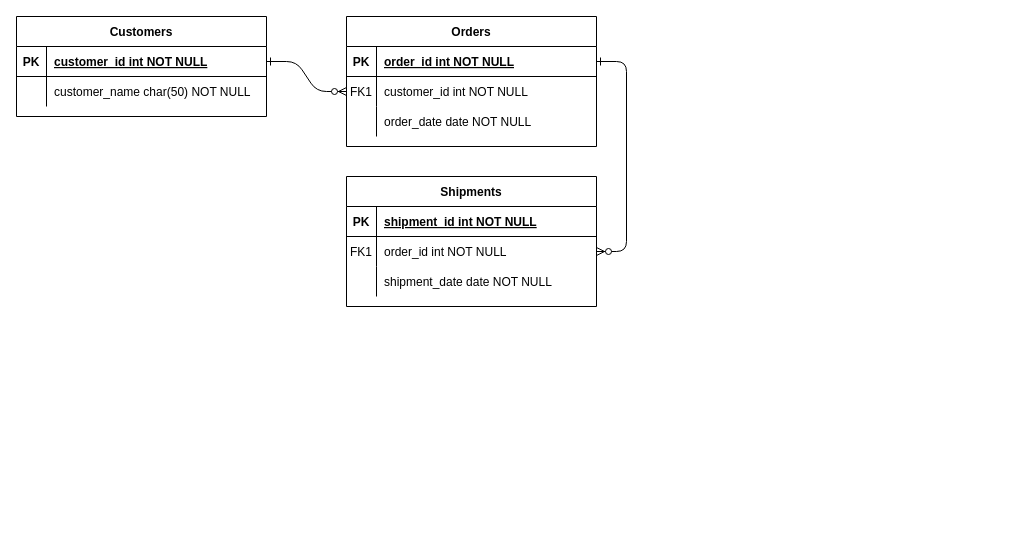
This is Untitled Diagram.drawio from AmiShot/Blooming-joy, a draw.io file, before an edit. Source tidied: cells renumbered, new cells numbered last; positions are measured from the earlier drawing's top-left corner, leaving out a move shared by most shapes. Both pictures are drawn from the tidied source at 100%, with x=0, y=0 at pixel (16, 16).
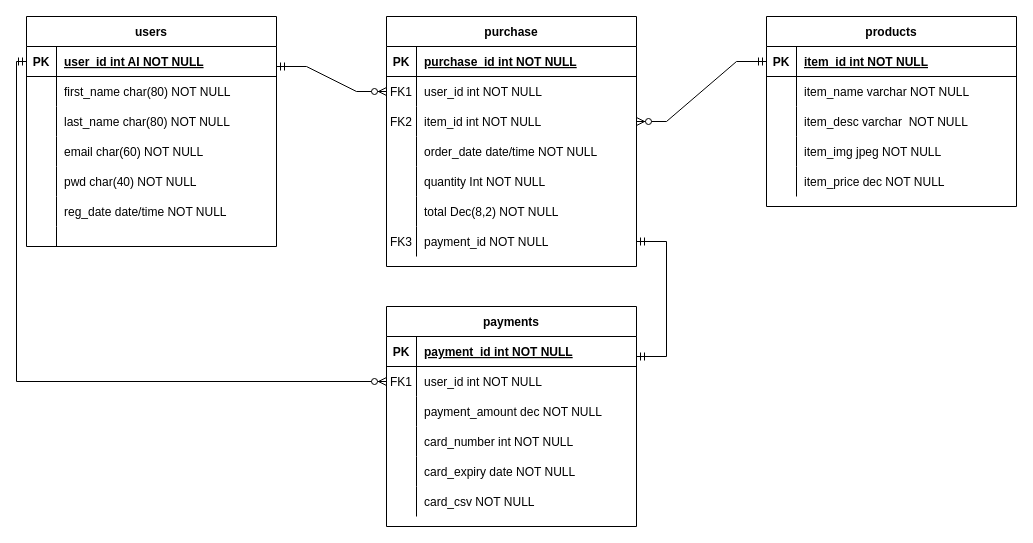
The same diagram, later.

The change refers to these unchanged cells:
```xml
<mxCell id="5" style="shape=partialRectangle;fillColor=none;points=[[0,0.5],[1,0.5]];portConstraint=eastwest;top=0;left=0;right=0;bottom=1;" parent="4" vertex="1">
  <mxGeometry y="30" width="250" height="30" as="geometry" />
</mxCell>
<mxCell id="8" style="shape=partialRectangle;fillColor=none;points=[[0,0.5],[1,0.5]];portConstraint=eastwest;top=0;left=0;right=0;bottom=0;" parent="4" vertex="1">
  <mxGeometry y="60" width="250" height="30" as="geometry" />
</mxCell>
<mxCell id="15" style="shape=partialRectangle;fillColor=none;top=0;left=0;right=0;bottom=1;" parent="14" vertex="1">
  <mxGeometry y="30" width="250" height="30" as="geometry" />
</mxCell>
<mxCell id="18" style="shape=partialRectangle;fillColor=none;points=[[0,0.5],[1,0.5]];portConstraint=eastwest;top=0;left=0;right=0;bottom=0;" parent="14" vertex="1">
  <mxGeometry y="60" width="250" height="30" as="geometry" />
</mxCell>
<mxCell id="21" style="shape=partialRectangle;fillColor=none;top=0;left=0;right=0;bottom=0;" parent="14" vertex="1">
  <mxGeometry y="90" width="250" height="30" as="geometry" />
</mxCell>
<mxCell id="25" style="shape=partialRectangle;fillColor=none;points=[[0,0.5],[1,0.5]];portConstraint=eastwest;top=0;left=0;right=0;bottom=1;" parent="24" vertex="1">
  <mxGeometry y="30" width="250" height="30" as="geometry" />
</mxCell>
<mxCell id="28" style="shape=partialRectangle;fillColor=none;top=0;left=0;right=0;bottom=0;" parent="24" vertex="1">
  <mxGeometry y="60" width="250" height="30" as="geometry" />
</mxCell>
```

Diff of the diagram source:
```diff
@@
-    <mxCell id="2" style="edgeStyle=entityRelationEdgeStyle;endArrow=ERzeroToMany;startArrow=ERone;endFill=1;startFill=0;" parent="1" edge="1" source="25" target="8">
-      <mxGeometry relative="1" as="geometry" />
-    </mxCell>
-    <mxCell id="3" style="edgeStyle=entityRelationEdgeStyle;endArrow=ERzeroToMany;startArrow=ERone;endFill=1;startFill=0;" parent="1" edge="1" source="5" target="18">
-      <mxGeometry relative="1" as="geometry" />
-    </mxCell>
-    <mxCell id="4" value="Orders" style="shape=table;startSize=30;childLayout=tableLayout;rowLines=0;fontStyle=1;align=center;" parent="1" vertex="1">
-      <mxGeometry x="330" width="250" height="130" as="geometry" />
+    <mxCell id="4" value="purchase" style="shape=table;startSize=30;childLayout=tableLayout;rowLines=0;fontStyle=1;align=center;" parent="1" vertex="1">
+      <mxGeometry x="370" width="250" height="250" as="geometry" />
     </mxCell>
@@
-    <mxCell id="7" value="order_id int NOT NULL " style="shape=partialRectangle;overflow=hidden;fillColor=none;top=0;left=0;bottom=0;right=0;align=left;spacingLeft=6;fontStyle=5;" parent="5" vertex="1">
+    <mxCell id="7" value="purchase_id int NOT NULL " style="shape=partialRectangle;overflow=hidden;fillColor=none;top=0;left=0;bottom=0;right=0;align=left;spacingLeft=6;fontStyle=5;" parent="5" vertex="1">
       <mxGeometry x="30" width="220" height="30" as="geometry" />
     </mxCell>
@@
-    <mxCell id="10" value="customer_id int NOT NULL" style="shape=partialRectangle;overflow=hidden;fillColor=none;top=0;left=0;bottom=0;right=0;align=left;spacingLeft=6;" parent="8" vertex="1">
+    <mxCell id="10" value="user_id int NOT NULL" style="shape=partialRectangle;overflow=hidden;fillColor=none;top=0;left=0;bottom=0;right=0;align=left;spacingLeft=6;" parent="8" vertex="1">
       <mxGeometry x="30" width="220" height="30" as="geometry" />
     </mxCell>
+    <mxCell id="31" style="shape=partialRectangle;fillColor=none;points=[[0,0.5],[1,0.5]];portConstraint=eastwest;top=0;left=0;right=0;bottom=0;" parent="4" vertex="1">
+      <mxGeometry y="90" width="250" height="30" as="geometry" />
+    </mxCell>
+    <mxCell id="32" value="FK2" style="shape=partialRectangle;overflow=hidden;fillColor=none;top=0;left=0;bottom=0;right=0;" parent="31" vertex="1">
+      <mxGeometry width="30" height="30" as="geometry" />
+    </mxCell>
+    <mxCell id="33" value="item_id int NOT NULL" style="shape=partialRectangle;overflow=hidden;fillColor=none;top=0;left=0;bottom=0;right=0;align=left;spacingLeft=6;" parent="31" vertex="1">
+      <mxGeometry x="30" width="220" height="30" as="geometry" />
+    </mxCell>
+    <mxCell id="34" style="shape=partialRectangle;fillColor=none;top=0;left=0;right=0;bottom=0;" parent="4" vertex="1">
+      <mxGeometry y="120" width="250" height="30" as="geometry" />
+    </mxCell>
+    <mxCell id="35" style="shape=partialRectangle;overflow=hidden;fillColor=none;top=0;left=0;bottom=0;right=0;" parent="34" vertex="1">
+      <mxGeometry width="30" height="30" as="geometry" />
+    </mxCell>
+    <mxCell id="36" value="order_date date/time NOT NULL" style="shape=partialRectangle;overflow=hidden;fillColor=none;top=0;left=0;bottom=0;right=0;align=left;spacingLeft=6;" parent="34" vertex="1">
+      <mxGeometry x="30" width="220" height="30" as="geometry" />
+    </mxCell>
+    <mxCell id="37" style="shape=partialRectangle;fillColor=none;top=0;left=0;right=0;bottom=0;" parent="4" vertex="1">
+      <mxGeometry y="150" width="250" height="30" as="geometry" />
+    </mxCell>
+    <mxCell id="38" style="shape=partialRectangle;overflow=hidden;fillColor=none;top=0;left=0;bottom=0;right=0;" parent="37" vertex="1">
+      <mxGeometry width="30" height="30" as="geometry" />
+    </mxCell>
+    <mxCell id="39" value="quantity Int NOT NULL" style="shape=partialRectangle;overflow=hidden;fillColor=none;top=0;left=0;bottom=0;right=0;align=left;spacingLeft=6;" parent="37" vertex="1">
+      <mxGeometry x="30" width="220" height="30" as="geometry" />
+    </mxCell>
+    <mxCell id="40" style="shape=partialRectangle;fillColor=none;top=0;left=0;right=0;bottom=0;" parent="4" vertex="1">
+      <mxGeometry y="180" width="250" height="30" as="geometry" />
+    </mxCell>
+    <mxCell id="41" style="shape=partialRectangle;overflow=hidden;fillColor=none;top=0;left=0;bottom=0;right=0;" parent="40" vertex="1">
+      <mxGeometry width="30" height="30" as="geometry" />
+    </mxCell>
+    <mxCell id="42" value="total Dec(8,2) NOT NULL" style="shape=partialRectangle;overflow=hidden;fillColor=none;top=0;left=0;bottom=0;right=0;align=left;spacingLeft=6;" parent="40" vertex="1">
+      <mxGeometry x="30" width="220" height="30" as="geometry" />
+    </mxCell>
     <mxCell id="11" style="shape=partialRectangle;fillColor=none;points=[[0,0.5],[1,0.5]];portConstraint=eastwest;top=0;left=0;right=0;bottom=0;" parent="4" vertex="1">
-      <mxGeometry y="90" width="250" height="30" as="geometry" />
+      <mxGeometry y="210" width="250" height="30" as="geometry" />
     </mxCell>
-    <mxCell id="12" style="shape=partialRectangle;overflow=hidden;fillColor=none;top=0;left=0;bottom=0;right=0;" parent="11" vertex="1">
+    <mxCell id="12" value="FK3" style="shape=partialRectangle;overflow=hidden;fillColor=none;top=0;left=0;bottom=0;right=0;" parent="11" vertex="1">
       <mxGeometry width="30" height="30" as="geometry" />
     </mxCell>
-    <mxCell id="13" value="order_date date NOT NULL" style="shape=partialRectangle;overflow=hidden;fillColor=none;top=0;left=0;bottom=0;right=0;align=left;spacingLeft=6;" parent="11" vertex="1">
+    <mxCell id="13" value="payment_id NOT NULL" style="shape=partialRectangle;overflow=hidden;fillColor=none;top=0;left=0;bottom=0;right=0;align=left;spacingLeft=6;" parent="11" vertex="1">
       <mxGeometry x="30" width="220" height="30" as="geometry" />
     </mxCell>
-    <mxCell id="14" value="Shipments" style="shape=table;startSize=30;childLayout=tableLayout;rowLines=0;fontStyle=1;align=center;" parent="1" vertex="1">
-      <mxGeometry x="330" y="160" width="250" height="130" as="geometry" />
+    <mxCell id="14" value="payments" style="shape=table;startSize=30;childLayout=tableLayout;rowLines=0;fontStyle=1;align=center;" parent="1" vertex="1">
+      <mxGeometry x="370" y="290" width="250" height="220" as="geometry" />
     </mxCell>
@@
-    <mxCell id="17" value="shipment_id int NOT NULL " style="shape=partialRectangle;overflow=hidden;fillColor=none;top=0;left=0;bottom=0;right=0;align=left;spacingLeft=6;fontStyle=5;" parent="15" vertex="1">
+    <mxCell id="17" value="payment_id int NOT NULL " style="shape=partialRectangle;overflow=hidden;fillColor=none;top=0;left=0;bottom=0;right=0;align=left;spacingLeft=6;fontStyle=5;" parent="15" vertex="1">
       <mxGeometry x="30" width="220" height="30" as="geometry" />
     </mxCell>
@@
-    <mxCell id="20" value="order_id int NOT NULL" style="shape=partialRectangle;overflow=hidden;fillColor=none;top=0;left=0;bottom=0;right=0;align=left;spacingLeft=6;" parent="18" vertex="1">
+    <mxCell id="20" value="user_id int NOT NULL" style="shape=partialRectangle;overflow=hidden;fillColor=none;top=0;left=0;bottom=0;right=0;align=left;spacingLeft=6;" parent="18" vertex="1">
       <mxGeometry x="30" width="220" height="30" as="geometry" />
     </mxCell>
@@
-    <mxCell id="23" value="shipment_date date NOT NULL" style="shape=partialRectangle;overflow=hidden;fillColor=none;top=0;left=0;bottom=0;right=0;align=left;spacingLeft=6;" parent="21" vertex="1">
+    <mxCell id="23" value="payment_amount dec NOT NULL" style="shape=partialRectangle;overflow=hidden;fillColor=none;top=0;left=0;bottom=0;right=0;align=left;spacingLeft=6;" parent="21" vertex="1">
       <mxGeometry x="30" width="220" height="30" as="geometry" />
     </mxCell>
+    <mxCell id="43" style="shape=partialRectangle;fillColor=none;top=0;left=0;right=0;bottom=0;" parent="14" vertex="1">
+      <mxGeometry y="120" width="250" height="30" as="geometry" />
+    </mxCell>
+    <mxCell id="44" style="shape=partialRectangle;overflow=hidden;fillColor=none;top=0;left=0;bottom=0;right=0;" parent="43" vertex="1">
+      <mxGeometry width="30" height="30" as="geometry" />
+    </mxCell>
+    <mxCell id="45" value="card_number int NOT NULL" style="shape=partialRectangle;overflow=hidden;fillColor=none;top=0;left=0;bottom=0;right=0;align=left;spacingLeft=6;" parent="43" vertex="1">
+      <mxGeometry x="30" width="220" height="30" as="geometry" />
+    </mxCell>
+    <mxCell id="46" style="shape=partialRectangle;fillColor=none;top=0;left=0;right=0;bottom=0;" parent="14" vertex="1">
+      <mxGeometry y="150" width="250" height="30" as="geometry" />
+    </mxCell>
+    <mxCell id="47" style="shape=partialRectangle;overflow=hidden;fillColor=none;top=0;left=0;bottom=0;right=0;" parent="46" vertex="1">
+      <mxGeometry width="30" height="30" as="geometry" />
+    </mxCell>
+    <mxCell id="48" value="card_expiry date NOT NULL" style="shape=partialRectangle;overflow=hidden;fillColor=none;top=0;left=0;bottom=0;right=0;align=left;spacingLeft=6;" parent="46" vertex="1">
+      <mxGeometry x="30" width="220" height="30" as="geometry" />
+    </mxCell>
+    <mxCell id="49" style="shape=partialRectangle;fillColor=none;top=0;left=0;right=0;bottom=0;" parent="14" vertex="1">
+      <mxGeometry y="180" width="250" height="30" as="geometry" />
+    </mxCell>
+    <mxCell id="50" style="shape=partialRectangle;overflow=hidden;fillColor=none;top=0;left=0;bottom=0;right=0;" parent="49" vertex="1">
+      <mxGeometry width="30" height="30" as="geometry" />
+    </mxCell>
+    <mxCell id="51" value="card_csv NOT NULL" style="shape=partialRectangle;overflow=hidden;fillColor=none;top=0;left=0;bottom=0;right=0;align=left;spacingLeft=6;" parent="49" vertex="1">
+      <mxGeometry x="30" width="220" height="30" as="geometry" />
+    </mxCell>
-    <mxCell id="24" value="Customers" style="shape=table;startSize=30;childLayout=tableLayout;rowLines=0;fontStyle=1;align=center;" parent="1" vertex="1">
-      <mxGeometry width="250" height="100" as="geometry" />
+    <mxCell id="24" value="users" style="shape=table;startSize=30;childLayout=tableLayout;rowLines=0;fontStyle=1;align=center;" parent="1" vertex="1">
+      <mxGeometry x="10" width="250" height="230" as="geometry" />
     </mxCell>
@@
-    <mxCell id="27" value="customer_id int NOT NULL " style="shape=partialRectangle;overflow=hidden;fillColor=none;top=0;left=0;bottom=0;right=0;align=left;spacingLeft=6;fontStyle=5;" parent="25" vertex="1">
+    <mxCell id="27" value="user_id int AI NOT NULL " style="shape=partialRectangle;overflow=hidden;fillColor=none;top=0;left=0;bottom=0;right=0;align=left;spacingLeft=6;fontStyle=5;" parent="25" vertex="1">
       <mxGeometry x="30" width="220" height="30" as="geometry" />
     </mxCell>
@@
-    <mxCell id="30" value="customer_name char(50) NOT NULL" style="shape=partialRectangle;overflow=hidden;fillColor=none;top=0;left=0;bottom=0;right=0;align=left;spacingLeft=6;" parent="28" vertex="1">
+    <mxCell id="30" value="first_name char(80) NOT NULL" style="shape=partialRectangle;overflow=hidden;fillColor=none;top=0;left=0;bottom=0;right=0;align=left;spacingLeft=6;" parent="28" vertex="1">
       <mxGeometry x="30" width="220" height="30" as="geometry" />
     </mxCell>
+    <mxCell id="52" style="shape=partialRectangle;fillColor=none;top=0;left=0;right=0;bottom=0;" parent="24" vertex="1">
+      <mxGeometry y="90" width="250" height="30" as="geometry" />
+    </mxCell>
+    <mxCell id="53" style="shape=partialRectangle;overflow=hidden;fillColor=none;top=0;left=0;bottom=0;right=0;" parent="52" vertex="1">
+      <mxGeometry width="30" height="30" as="geometry" />
+    </mxCell>
+    <mxCell id="54" value="last_name char(80) NOT NULL" style="shape=partialRectangle;overflow=hidden;fillColor=none;top=0;left=0;bottom=0;right=0;align=left;spacingLeft=6;" parent="52" vertex="1">
+      <mxGeometry x="30" width="220" height="30" as="geometry" />
+    </mxCell>
+    <mxCell id="55" style="shape=partialRectangle;fillColor=none;top=0;left=0;right=0;bottom=0;" parent="24" vertex="1">
+      <mxGeometry y="120" width="250" height="30" as="geometry" />
+    </mxCell>
+    <mxCell id="56" style="shape=partialRectangle;overflow=hidden;fillColor=none;top=0;left=0;bottom=0;right=0;" parent="55" vertex="1">
+      <mxGeometry width="30" height="30" as="geometry" />
+    </mxCell>
+    <mxCell id="57" value="email char(60) NOT NULL" style="shape=partialRectangle;overflow=hidden;fillColor=none;top=0;left=0;bottom=0;right=0;align=left;spacingLeft=6;" parent="55" vertex="1">
+      <mxGeometry x="30" width="220" height="30" as="geometry" />
+    </mxCell>
+    <mxCell id="58" style="shape=partialRectangle;fillColor=none;top=0;left=0;right=0;bottom=0;" parent="24" vertex="1">
+      <mxGeometry y="150" width="250" height="30" as="geometry" />
+    </mxCell>
+    <mxCell id="59" style="shape=partialRectangle;overflow=hidden;fillColor=none;top=0;left=0;bottom=0;right=0;" parent="58" vertex="1">
+      <mxGeometry width="30" height="30" as="geometry" />
+    </mxCell>
+    <mxCell id="60" value="pwd char(40) NOT NULL" style="shape=partialRectangle;overflow=hidden;fillColor=none;top=0;left=0;bottom=0;right=0;align=left;spacingLeft=6;" parent="58" vertex="1">
+      <mxGeometry x="30" width="220" height="30" as="geometry" />
+    </mxCell>
+    <mxCell id="61" style="shape=partialRectangle;fillColor=none;top=0;left=0;right=0;bottom=0;" parent="24" vertex="1">
+      <mxGeometry y="180" width="250" height="30" as="geometry" />
+    </mxCell>
+    <mxCell id="62" style="shape=partialRectangle;overflow=hidden;fillColor=none;top=0;left=0;bottom=0;right=0;" parent="61" vertex="1">
+      <mxGeometry width="30" height="30" as="geometry" />
+    </mxCell>
+    <mxCell id="63" value="reg_date date/time NOT NULL" style="shape=partialRectangle;overflow=hidden;fillColor=none;top=0;left=0;bottom=0;right=0;align=left;spacingLeft=6;" parent="61" vertex="1">
+      <mxGeometry x="30" width="220" height="30" as="geometry" />
+    </mxCell>
+    <mxCell id="64" style="shape=partialRectangle;fillColor=none;top=0;left=0;right=0;bottom=0;" parent="24" vertex="1">
+      <mxGeometry y="210" width="250" height="20" as="geometry" />
+    </mxCell>
+    <mxCell id="65" style="shape=partialRectangle;overflow=hidden;fillColor=none;top=0;left=0;bottom=0;right=0;" parent="64" vertex="1">
+      <mxGeometry width="30" height="20" as="geometry" />
+    </mxCell>
+    <mxCell id="66" style="shape=partialRectangle;overflow=hidden;fillColor=none;top=0;left=0;bottom=0;right=0;align=left;spacingLeft=6;" parent="64" vertex="1">
+      <mxGeometry x="30" width="220" height="20" as="geometry" />
+    </mxCell>
+    <mxCell id="67" value="products" style="shape=table;startSize=30;childLayout=tableLayout;rowLines=0;fontStyle=1;align=center;" parent="1" vertex="1">
+      <mxGeometry x="750" width="250" height="190" as="geometry" />
+    </mxCell>
+    <mxCell id="68" style="shape=partialRectangle;fillColor=none;points=[[0,0.5],[1,0.5]];portConstraint=eastwest;top=0;left=0;right=0;bottom=1;" parent="67" vertex="1">
+      <mxGeometry y="30" width="250" height="30" as="geometry" />
+    </mxCell>
+    <mxCell id="69" value="PK" style="shape=partialRectangle;overflow=hidden;fillColor=none;top=0;left=0;bottom=0;right=0;fontStyle=1;" parent="68" vertex="1">
+      <mxGeometry width="30" height="30" as="geometry" />
+    </mxCell>
+    <mxCell id="70" value="item_id int NOT NULL " style="shape=partialRectangle;overflow=hidden;fillColor=none;top=0;left=0;bottom=0;right=0;align=left;spacingLeft=6;fontStyle=5;" parent="68" vertex="1">
+      <mxGeometry x="30" width="220" height="30" as="geometry" />
+    </mxCell>
+    <mxCell id="71" style="shape=partialRectangle;fillColor=none;top=0;left=0;right=0;bottom=0;" parent="67" vertex="1">
+      <mxGeometry y="60" width="250" height="30" as="geometry" />
+    </mxCell>
+    <mxCell id="72" style="shape=partialRectangle;overflow=hidden;fillColor=none;top=0;left=0;bottom=0;right=0;" parent="71" vertex="1">
+      <mxGeometry width="30" height="30" as="geometry" />
+    </mxCell>
+    <mxCell id="73" value="item_name varchar NOT NULL" style="shape=partialRectangle;overflow=hidden;fillColor=none;top=0;left=0;bottom=0;right=0;align=left;spacingLeft=6;" parent="71" vertex="1">
+      <mxGeometry x="30" width="220" height="30" as="geometry" />
+    </mxCell>
+    <mxCell id="74" style="shape=partialRectangle;fillColor=none;top=0;left=0;right=0;bottom=0;" parent="67" vertex="1">
+      <mxGeometry y="90" width="250" height="30" as="geometry" />
+    </mxCell>
+    <mxCell id="75" style="shape=partialRectangle;overflow=hidden;fillColor=none;top=0;left=0;bottom=0;right=0;" parent="74" vertex="1">
+      <mxGeometry width="30" height="30" as="geometry" />
+    </mxCell>
+    <mxCell id="76" value="item_desc varchar  NOT NULL" style="shape=partialRectangle;overflow=hidden;fillColor=none;top=0;left=0;bottom=0;right=0;align=left;spacingLeft=6;" parent="74" vertex="1">
+      <mxGeometry x="30" width="220" height="30" as="geometry" />
+    </mxCell>
+    <mxCell id="77" style="shape=partialRectangle;fillColor=none;top=0;left=0;right=0;bottom=0;" parent="67" vertex="1">
+      <mxGeometry y="120" width="250" height="30" as="geometry" />
+    </mxCell>
+    <mxCell id="78" style="shape=partialRectangle;overflow=hidden;fillColor=none;top=0;left=0;bottom=0;right=0;" parent="77" vertex="1">
+      <mxGeometry width="30" height="30" as="geometry" />
+    </mxCell>
+    <mxCell id="79" value="item_img jpeg NOT NULL" style="shape=partialRectangle;overflow=hidden;fillColor=none;top=0;left=0;bottom=0;right=0;align=left;spacingLeft=6;" parent="77" vertex="1">
+      <mxGeometry x="30" width="220" height="30" as="geometry" />
+    </mxCell>
+    <mxCell id="80" style="shape=partialRectangle;fillColor=none;top=0;left=0;right=0;bottom=0;" parent="67" vertex="1">
+      <mxGeometry y="150" width="250" height="30" as="geometry" />
+    </mxCell>
+    <mxCell id="81" style="shape=partialRectangle;overflow=hidden;fillColor=none;top=0;left=0;bottom=0;right=0;" parent="80" vertex="1">
+      <mxGeometry width="30" height="30" as="geometry" />
+    </mxCell>
+    <mxCell id="82" value="item_price dec NOT NULL" style="shape=partialRectangle;overflow=hidden;fillColor=none;top=0;left=0;bottom=0;right=0;align=left;spacingLeft=6;" parent="80" vertex="1">
+      <mxGeometry x="30" width="220" height="30" as="geometry" />
+    </mxCell>
+    <mxCell id="83" style="edgeStyle=entityRelationEdgeStyle;fontSize=12;html=1;endArrow=ERmandOne;startArrow=ERmandOne;rounded=0;entryX=1;entryY=0.5;entryDx=0;entryDy=0;" parent="1" edge="1" target="11">
+      <mxGeometry relative="1" as="geometry">
+        <mxPoint x="620" y="340" as="sourcePoint" />
+      </mxGeometry>
+    </mxCell>
+    <mxCell id="84" style="fontSize=12;html=1;endArrow=ERzeroToMany;startArrow=ERmandOne;rounded=0;edgeStyle=orthogonalEdgeStyle;exitX=0;exitY=0.5;exitDx=0;exitDy=0;entryX=0;entryY=0.5;entryDx=0;entryDy=0;" parent="1" edge="1" source="25" target="18">
+      <mxGeometry relative="1" as="geometry" />
+    </mxCell>
+    <mxCell id="85" style="edgeStyle=entityRelationEdgeStyle;fontSize=12;html=1;endArrow=ERzeroToMany;startArrow=ERmandOne;rounded=0;entryX=0;entryY=0.5;entryDx=0;entryDy=0;" parent="1" edge="1" target="8">
+      <mxGeometry relative="1" as="geometry">
+        <mxPoint x="260" y="50" as="sourcePoint" />
+        <Array as="points">
+          <mxPoint x="250" />
+        </Array>
+      </mxGeometry>
+    </mxCell>
+    <mxCell id="86" style="edgeStyle=entityRelationEdgeStyle;fontSize=12;html=1;endArrow=ERzeroToMany;startArrow=ERmandOne;rounded=0;entryX=1;entryY=0.5;entryDx=0;entryDy=0;exitX=0;exitY=0.5;exitDx=0;exitDy=0;" parent="1" edge="1" source="68" target="31">
+      <mxGeometry relative="1" as="geometry">
+        <Array as="points">
+          <mxPoint x="720" y="260" />
+          <mxPoint x="730" y="310" />
+          <mxPoint x="1170" y="410" />
+          <mxPoint x="690" y="200" />
+        </Array>
+      </mxGeometry>
+    </mxCell>
```
